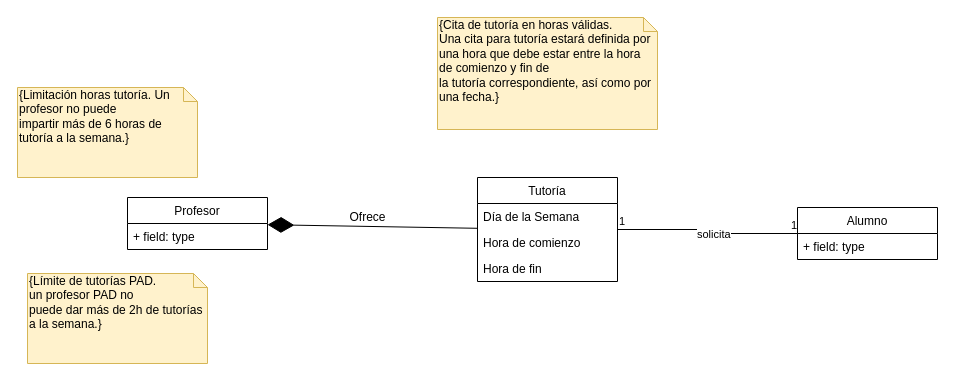
This is page "Gestion de Tutorias" (4 of 5) of entregable1IISSI.drawio from juanlo017/GUZZY, a draw.io file, before an edit. Source tidied: cells renumbered, new cells numbered last; positions are measured from the earlier drawing's top-left corner, leaving out a move shared by most shapes. Both pictures are drawn from the tidied source at 100%, with x=0, y=0 at pixel (17, 17).
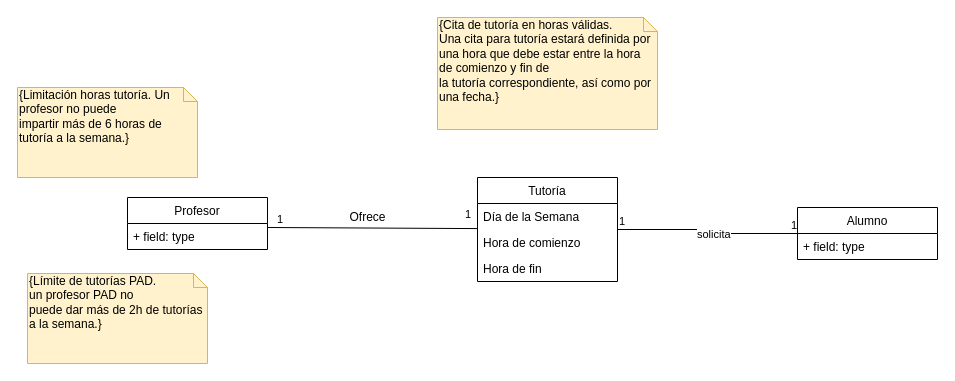
The same diagram, later.

Unchanged cells that the change refers to:
```xml
<mxCell id="2" value="Tutoría" style="swimlane;fontStyle=0;horizontal=1;startSize=26;fillColor=none;" parent="1" vertex="1">
  <mxGeometry x="460" y="160" width="140" height="104" as="geometry" />
</mxCell>
<mxCell id="3" value="Día de la Semana" style="text;strokeColor=none;fillColor=none;align=left;verticalAlign=top;spacingLeft=4;spacingRight=4;overflow=hidden;points=[[0,0.5],[1,0.5]];portConstraint=eastwest;" parent="2" vertex="1">
  <mxGeometry y="26" width="140" height="26" as="geometry" />
</mxCell>
<mxCell id="6" value="Profesor" style="swimlane;fontStyle=0;horizontal=1;startSize=26;fillColor=none;" parent="1" vertex="1">
  <mxGeometry x="110" y="180" width="140" height="52" as="geometry" />
</mxCell>
```

Change to the diagram source:
```diff
@@
-    <mxCell id="8" style="endArrow=diamondThin;endFill=1;endSize=24;html=1;" parent="1" edge="1" source="2" target="6">
-      <mxGeometry relative="1" as="geometry" />
-    </mxCell>
@@
+    <mxCell id="19" style="endArrow=none;html=1;entryX=0.001;entryY=0.965;entryDx=0;entryDy=0;entryPerimeter=0;" parent="1" edge="1" target="3">
+      <mxGeometry relative="1" as="geometry">
+        <mxPoint x="250" y="210" as="sourcePoint" />
+      </mxGeometry>
+    </mxCell>
+    <mxCell id="20" value="1" style="edgeLabel;html=1;align=left;verticalAlign=bottom;" parent="1" vertex="1">
+      <mxGeometry x="610" y="222.1" as="geometry">
+        <mxPoint x="-164" y="-17" as="offset" />
+      </mxGeometry>
+    </mxCell>
+    <mxCell id="21" value="1" style="edgeLabel;html=1;align=left;verticalAlign=bottom;" parent="1" vertex="1">
+      <mxGeometry x="620" y="216" as="geometry">
+        <mxPoint x="-362" y="-6" as="offset" />
+      </mxGeometry>
+    </mxCell>
```
